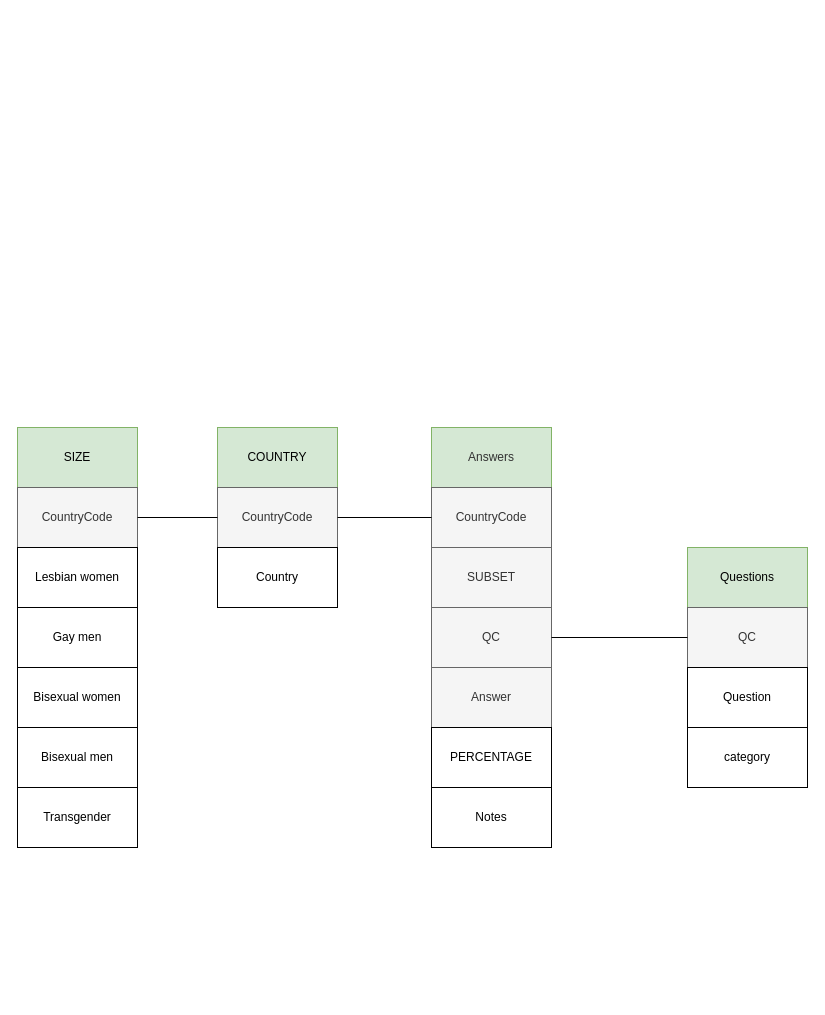
The draw.io diagram sql/diagrama.drawio in FranciscoNevesT/Trabalho-ICD, before the edit. Source tidied: cells renumbered, new cells numbered last; positions are measured from the earlier drawing's top-left corner, leaving out a move shared by most shapes. Both pictures are drawn from the tidied source at 100%, with x=0, y=0 at pixel (17, 427).
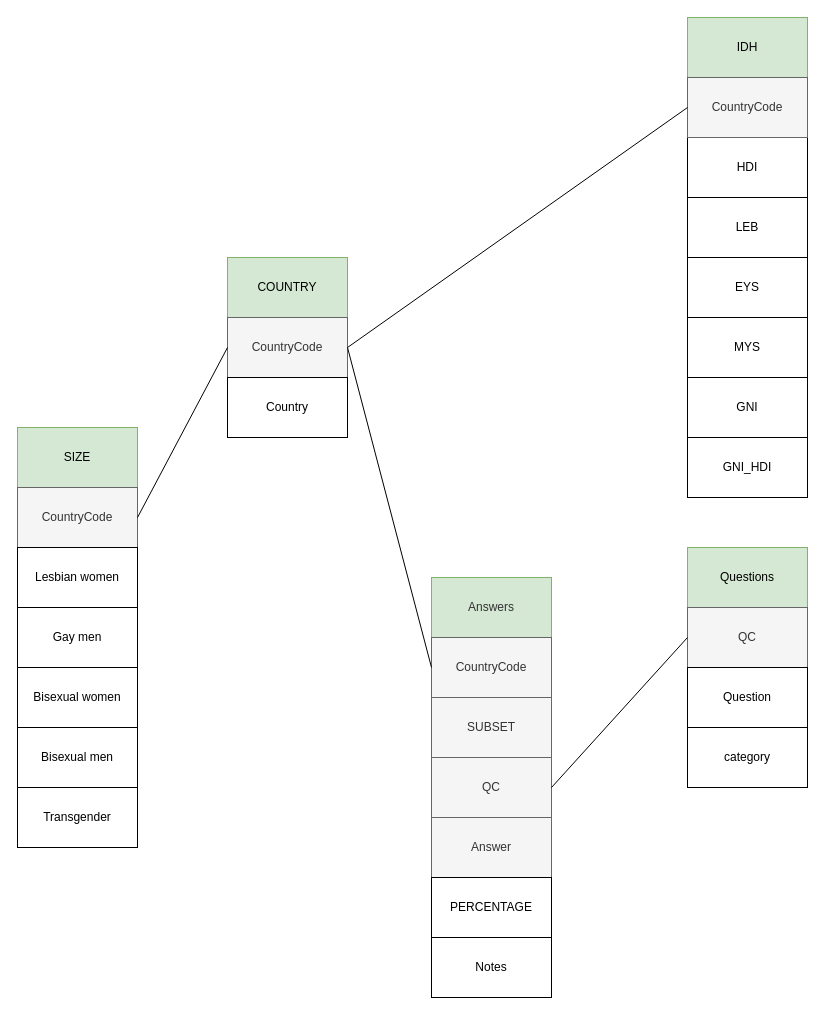
The same page after the edit.

What changed in the source:
```diff
@@
     <mxCell id="2" value="&lt;span style=&quot;color: rgb(51 , 51 , 51)&quot;&gt;Answers&lt;/span&gt;" style="rounded=0;whiteSpace=wrap;html=1;fillColor=#d5e8d4;strokeColor=#82b366;" parent="1" vertex="1">
-      <mxGeometry x="414" width="120" height="60" as="geometry" />
+      <mxGeometry x="414" y="150" width="120" height="60" as="geometry" />
     </mxCell>
     <mxCell id="3" value="CountryCode" style="rounded=0;whiteSpace=wrap;html=1;fillColor=#f5f5f5;strokeColor=#666666;fontColor=#333333;" parent="1" vertex="1">
-      <mxGeometry x="414" y="60" width="120" height="60" as="geometry" />
+      <mxGeometry x="414" y="210" width="120" height="60" as="geometry" />
     </mxCell>
     <mxCell id="4" value="SUBSET" style="rounded=0;whiteSpace=wrap;html=1;fillColor=#f5f5f5;strokeColor=#666666;fontColor=#333333;" parent="1" vertex="1">
-      <mxGeometry x="414" y="120" width="120" height="60" as="geometry" />
+      <mxGeometry x="414" y="270" width="120" height="60" as="geometry" />
     </mxCell>
     <mxCell id="5" value="QC" style="rounded=0;whiteSpace=wrap;html=1;fillColor=#f5f5f5;strokeColor=#666666;fontColor=#333333;" parent="1" vertex="1">
-      <mxGeometry x="414" y="180" width="120" height="60" as="geometry" />
+      <mxGeometry x="414" y="330" width="120" height="60" as="geometry" />
     </mxCell>
     <mxCell id="6" value="Answer" style="rounded=0;whiteSpace=wrap;html=1;fillColor=#f5f5f5;strokeColor=#666666;fontColor=#333333;" parent="1" vertex="1">
-      <mxGeometry x="414" y="240" width="120" height="60" as="geometry" />
+      <mxGeometry x="414" y="390" width="120" height="60" as="geometry" />
     </mxCell>
     <mxCell id="7" value="PERCENTAGE" style="rounded=0;whiteSpace=wrap;html=1;" parent="1" vertex="1">
-      <mxGeometry x="414" y="300" width="120" height="60" as="geometry" />
+      <mxGeometry x="414" y="450" width="120" height="60" as="geometry" />
     </mxCell>
     <mxCell id="8" value="Notes" style="rounded=0;whiteSpace=wrap;html=1;" parent="1" vertex="1">
-      <mxGeometry x="414" y="360" width="120" height="60" as="geometry" />
+      <mxGeometry x="414" y="510" width="120" height="60" as="geometry" />
     </mxCell>
@@
     <mxCell id="13" value="COUNTRY" style="rounded=0;whiteSpace=wrap;html=1;fillColor=#d5e8d4;strokeColor=#82b366;" parent="1" vertex="1">
-      <mxGeometry x="200" width="120" height="60" as="geometry" />
+      <mxGeometry x="210" y="-170" width="120" height="60" as="geometry" />
     </mxCell>
     <mxCell id="14" value="CountryCode" style="rounded=0;whiteSpace=wrap;html=1;fillColor=#f5f5f5;strokeColor=#666666;fontColor=#333333;" parent="1" vertex="1">
-      <mxGeometry x="200" y="60" width="120" height="60" as="geometry" />
+      <mxGeometry x="210" y="-110" width="120" height="60" as="geometry" />
     </mxCell>
     <mxCell id="15" value="Country" style="rounded=0;whiteSpace=wrap;html=1;" parent="1" vertex="1">
-      <mxGeometry x="200" y="120" width="120" height="60" as="geometry" />
+      <mxGeometry x="210" y="-50" width="120" height="60" as="geometry" />
     </mxCell>
@@
+    <mxCell id="26" value="IDH" style="rounded=0;whiteSpace=wrap;html=1;fillColor=#d5e8d4;strokeColor=#82b366;" parent="1" vertex="1">
+      <mxGeometry x="670" y="-410" width="120" height="60" as="geometry" />
+    </mxCell>
+    <mxCell id="27" value="HDI" style="rounded=0;whiteSpace=wrap;html=1;" parent="1" vertex="1">
+      <mxGeometry x="670" y="-290" width="120" height="60" as="geometry" />
+    </mxCell>
+    <mxCell id="28" value="LEB" style="rounded=0;whiteSpace=wrap;html=1;" parent="1" vertex="1">
+      <mxGeometry x="670" y="-230" width="120" height="60" as="geometry" />
+    </mxCell>
+    <mxCell id="29" value="CountryCode" style="rounded=0;whiteSpace=wrap;html=1;fillColor=#f5f5f5;strokeColor=#666666;fontColor=#333333;" parent="1" vertex="1">
+      <mxGeometry x="670" y="-350" width="120" height="60" as="geometry" />
+    </mxCell>
+    <mxCell id="30" value="EYS" style="rounded=0;whiteSpace=wrap;html=1;" parent="1" vertex="1">
+      <mxGeometry x="670" y="-170" width="120" height="60" as="geometry" />
+    </mxCell>
+    <mxCell id="31" value="MYS" style="rounded=0;whiteSpace=wrap;html=1;" parent="1" vertex="1">
+      <mxGeometry x="670" y="-110" width="120" height="60" as="geometry" />
+    </mxCell>
+    <mxCell id="32" value="GNI" style="rounded=0;whiteSpace=wrap;html=1;" parent="1" vertex="1">
+      <mxGeometry x="670" y="-50" width="120" height="60" as="geometry" />
+    </mxCell>
+    <mxCell id="33" value="GNI_HDI" style="rounded=0;whiteSpace=wrap;html=1;" parent="1" vertex="1">
+      <mxGeometry x="670" y="10" width="120" height="60" as="geometry" />
+    </mxCell>
+    <mxCell id="34" style="endArrow=none;html=1;entryX=0;entryY=0.5;entryDx=0;entryDy=0;exitX=1;exitY=0.5;exitDx=0;exitDy=0;" parent="1" edge="1" source="14" target="29">
+      <mxGeometry relative="1" as="geometry" />
+    </mxCell>
```
